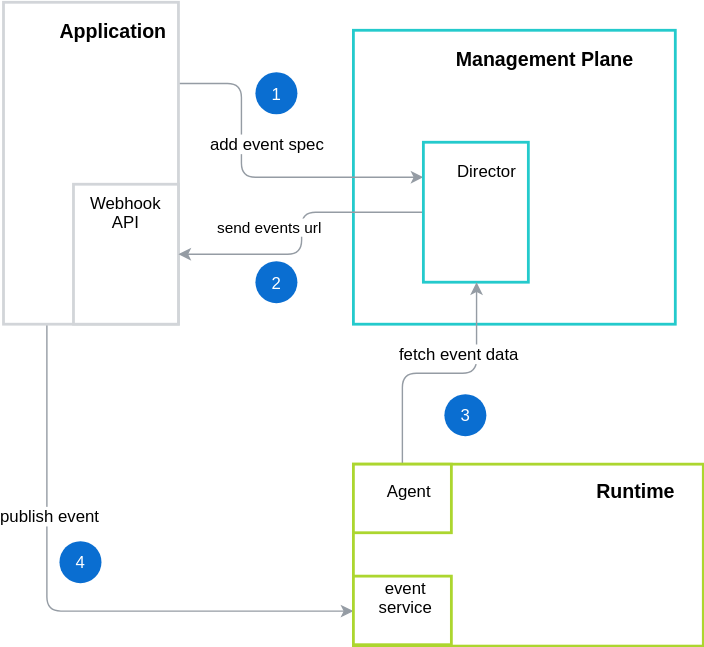
Before: docs/architecture/assets/internal-event-flow.svg, a diagram exported from draw.io (kyma-incubator/compass). Source tidied: cells renumbered, new cells last; positions are measured from the earlier drawing's top-left corner, leaving out a move shared by most shapes.
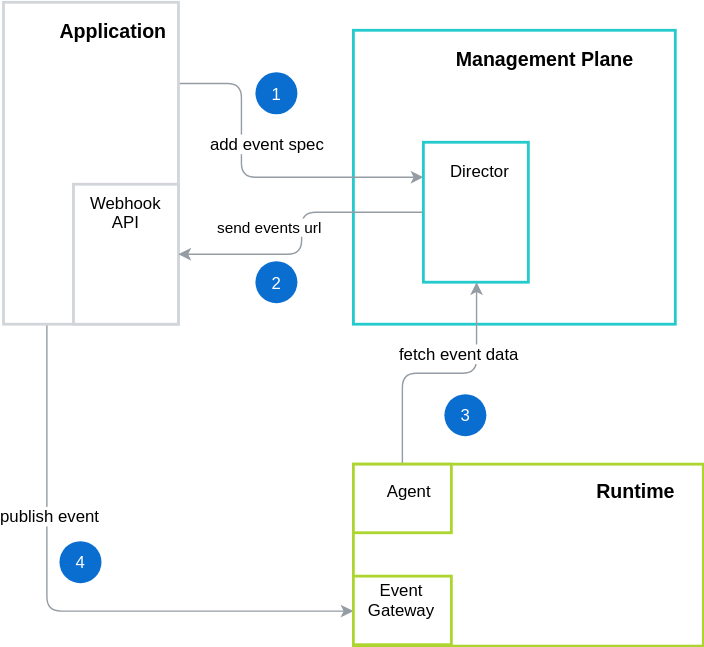
The same file after the commit.

The edit, as a diff of the source:
```diff
@@ -56,14 +56,11 @@
       <mxGeometry x="300" y="100" width="75" height="100" as="geometry" />
     </mxCell>
     <mxCell id="16" value="Director" style="text;html=1;strokeColor=none;fillColor=none;align=center;verticalAlign=middle;whiteSpace=wrap;rounded=0;fontSize=12;" parent="1" vertex="1">
-      <mxGeometry x="325" y="110" width="40" height="20" as="geometry" />
+      <mxGeometry x="320" y="110" width="40" height="20" as="geometry" />
     </mxCell>
-    <mxCell id="17" style="rounded=0;whiteSpace=wrap;html=1;strokeColor=#ACD62F;strokeWidth=2;horizontal=1;" parent="1" vertex="1">
+    <mxCell id="17" value="Event Gateway&lt;br&gt;&lt;br&gt;" style="rounded=0;whiteSpace=wrap;html=1;strokeColor=#ACD62F;strokeWidth=2;horizontal=1;" parent="1" vertex="1">
       <mxGeometry x="250" y="410" width="70" height="49" as="geometry" />
     </mxCell>
-    <mxCell id="18" value="event service&lt;br&gt;" style="text;html=1;strokeColor=none;fillColor=none;align=center;verticalAlign=middle;whiteSpace=wrap;rounded=0;fontSize=12;fontStyle=0;" parent="1" vertex="1">
-      <mxGeometry x="267.5" y="414.5" width="40" height="20" as="geometry" />
-    </mxCell>
     <mxCell id="19" style="edgeStyle=orthogonalEdgeStyle;rounded=1;jettySize=auto;html=1;exitX=0.5;exitY=0;exitDx=0;exitDy=0;entryX=0.5;entryY=1;entryDx=0;entryDy=0;strokeColor=#959CA4;fontFamily=Helvetica;fontColor=#FFFFFF;" parent="1" edge="1" source="21" target="15">
       <mxGeometry relative="1" as="geometry" />
     </mxCell>
```
